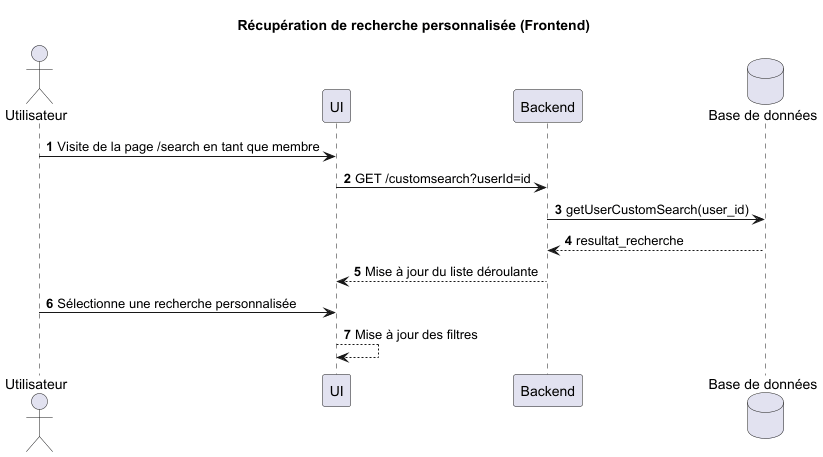
TPI2026-NewsGenerator/NewsGenerator-Frontend keeps this PlantUML diagram as docs/UML/search-history-diagram_get-Récupération_de_recherche_personnalisée__Frontend_.png. Above is the earlier version.
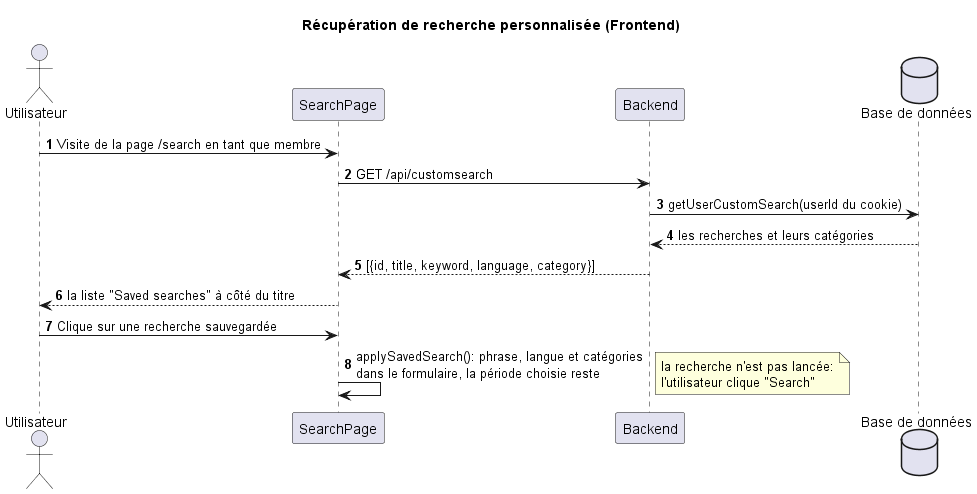
After the change.

The edit, as a diff of the source:
```diff
@@ -3,17 +3,18 @@
 autonumber
 
 actor "Utilisateur" as User
-participant "UI" as UI
+participant "SearchPage" as UI
 participant "Backend" as BE
 database "Base de données" as DB
 
-
 User -> UI : Visite de la page /search en tant que membre
-UI -> BE : GET /customsearch?userId=id
-BE -> DB : getUserCustomSearch(user_id)
-DB --> BE : resultat_recherche
-BE --> UI : Mise à jour du liste déroulante
-User -> UI : Sélectionne une recherche personnalisée
-UI --> UI : Mise à jour des filtres
+UI -> BE : GET /api/customsearch
+BE -> DB : getUserCustomSearch(userId du cookie)
+DB --> BE : les recherches et leurs catégories
+BE --> UI : [{id, title, keyword, language, category}]
+UI --> User : la liste "Saved searches" à côté du titre
+User -> UI : Clique sur une recherche sauvegardée
+UI -> UI : applySavedSearch(): phrase, langue et catégories\ndans le formulaire, la période choisie reste
+note right : la recherche n'est pas lancée:\nl'utilisateur clique "Search"
 
 @enduml
```
